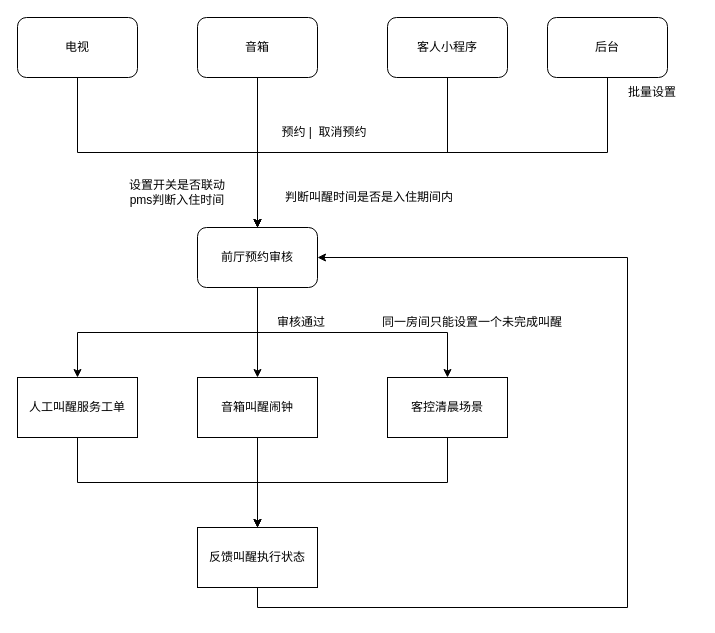
The draw.io diagram xzzh/叫醒服务整合.drawio in daniel-7d/draw, before the edit. Source tidied: cells renumbered, new cells numbered last; positions are measured from the earlier drawing's top-left corner, leaving out a move shared by most shapes. Both pictures are drawn from the tidied source at 100%, with x=0, y=0 at pixel (17, 17).
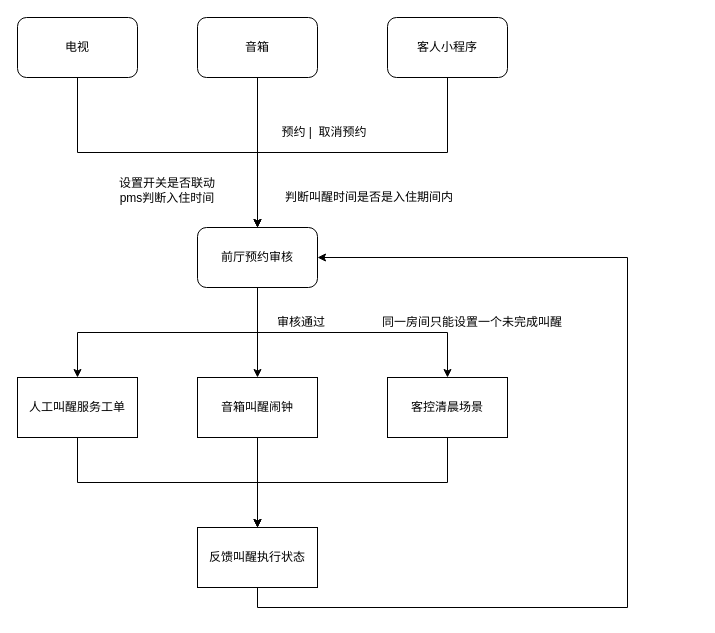
The same diagram, later.

Commit message:
更新叫醒服务整合.drawio

The change refers to these unchanged cells:
```xml
<mxCell id="11" value="前厅预约审核" style="rounded=1;whiteSpace=wrap;html=1;" parent="1" vertex="1">
  <mxGeometry x="180" y="210" width="120" height="60" as="geometry" />
</mxCell>
```

What changed in the source:
```diff
@@
     <mxCell id="14" value="设置开关是否联动pms判断入住时间" style="text;html=1;align=center;verticalAlign=middle;whiteSpace=wrap;rounded=0;" parent="1" vertex="1">
-      <mxGeometry x="110" y="155" width="100" height="40" as="geometry" />
+      <mxGeometry x="90" y="150" width="120" height="45" as="geometry" />
     </mxCell>
@@
-    <mxCell id="25" style="edgeStyle=orthogonalEdgeStyle;rounded=0;jettySize=auto;html=1;exitX=0.5;exitY=1;exitDx=0;exitDy=0;entryX=0.5;entryY=0;entryDx=0;entryDy=0;" parent="1" edge="1" source="26" target="11">
-      <mxGeometry relative="1" as="geometry" />
-    </mxCell>
-    <mxCell id="26" value="后台" style="rounded=1;whiteSpace=wrap;html=1;" parent="1" vertex="1">
-      <mxGeometry x="530" width="120" height="60" as="geometry" />
-    </mxCell>
-    <mxCell id="27" value="批量设置" style="text;html=1;align=center;verticalAlign=middle;whiteSpace=wrap;rounded=0;" parent="1" vertex="1">
-      <mxGeometry x="590" y="60" width="90" height="30" as="geometry" />
-    </mxCell>
```
